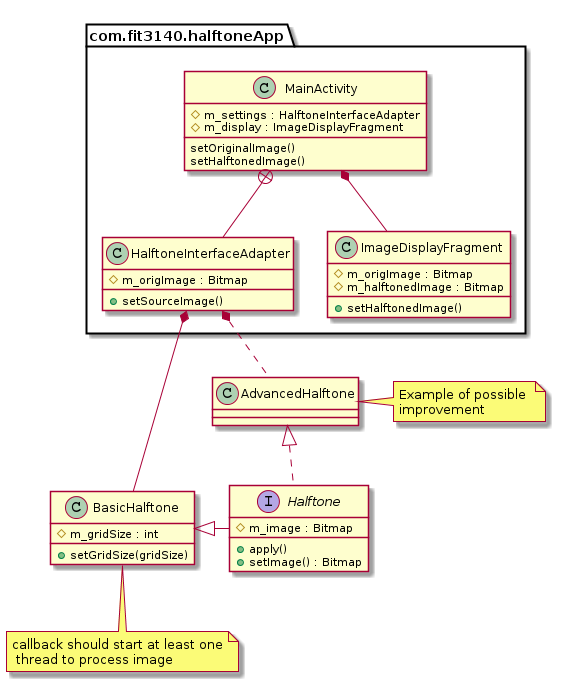
This is doc/main.png from jh247247/FIT3140-Application, a PlantUML export, as it was before one commit.
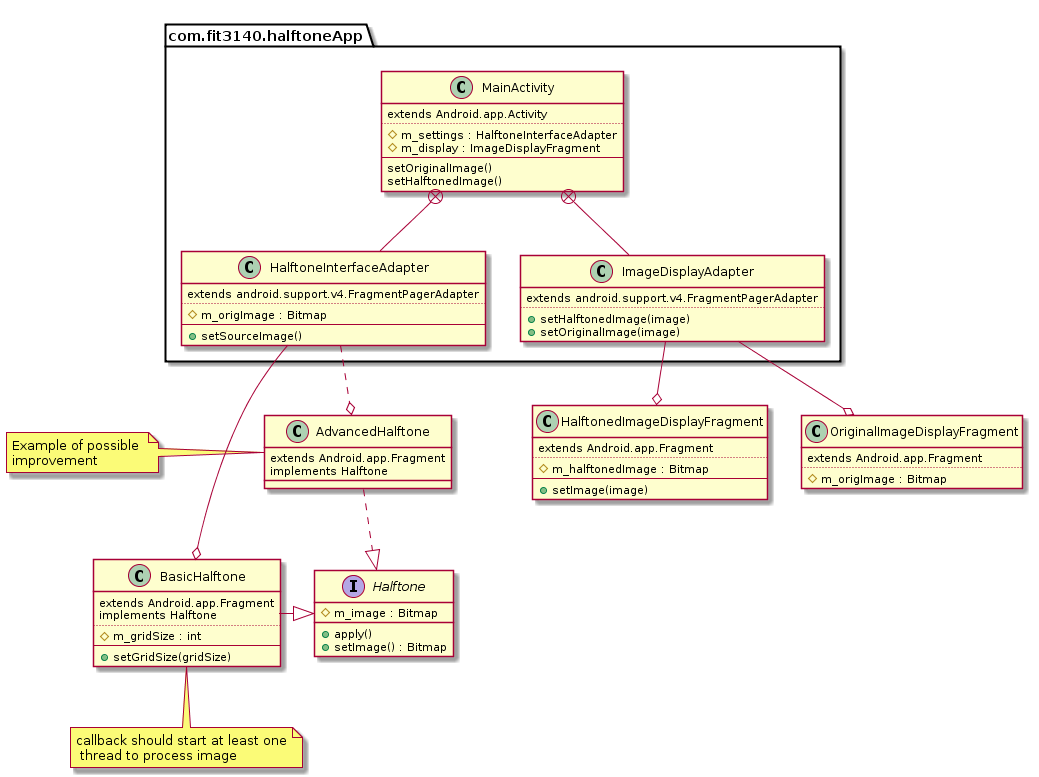
Later version of the same file.

Commit message:
Fixed up uml diagram to show inheritance as well as proper structure.

Change to the diagram source:
```diff
@@ -1,42 +1,72 @@
 @startuml
 package com.fit3140.halftoneApp {
 MainActivity +-- HalftoneInterfaceAdapter
-MainActivity *-- ImageDisplayFragment
+MainActivity +-- ImageDisplayAdapter
 
-class MainActivity {
+class MainActivity <extends android.app.Activity>{
+extends Android.app.Activity
+..
 #m_settings : HalftoneInterfaceAdapter
 #m_display : ImageDisplayFragment
+--
 setOriginalImage()
 setHalftonedImage()
 }
 
 class HalftoneInterfaceAdapter {
+extends android.support.v4.FragmentPagerAdapter
+..
 #m_origImage : Bitmap
+--
 +setSourceImage()
 }
 
-class ImageDisplayFragment {
-#m_origImage : Bitmap
-#m_halftonedImage : Bitmap
-+setHalftonedImage()
+class ImageDisplayAdapter {
+extends android.support.v4.FragmentPagerAdapter
+..
++setHalftonedImage(image)
++setOriginalImage(image)
 }
 
 }
-BasicHalftone <|- Halftone
-AdvancedHalftone <|.. Halftone
-HalftoneInterfaceAdapter *- BasicHalftone
-HalftoneInterfaceAdapter *.. AdvancedHalftone
+BasicHalftone -|> Halftone
+AdvancedHalftone ..|> Halftone
+HalftoneInterfaceAdapter -o BasicHalftone
+HalftoneInterfaceAdapter ..o AdvancedHalftone
+ImageDisplayAdapter --o OriginalImageDisplayFragment
+ImageDisplayAdapter --o HalftonedImageDisplayFragment
 
+class OriginalImageDisplayFragment {
+extends Android.app.Fragment
+..
+#m_origImage : Bitmap
+}
+
+class HalftonedImageDisplayFragment {
+extends Android.app.Fragment
+..
+#m_halftonedImage : Bitmap
+--
++setImage(image)
+}
 
 class BasicHalftone {
+extends Android.app.Fragment
+implements Halftone
+..
 #m_gridSize : int
+--
 +setGridSize(gridSize)
 }
 
+class AdvancedHalftone {
+extends Android.app.Fragment
+implements Halftone
+}
+
 note bottom of BasicHalftone: callback should start at least one\n thread to process image
-note right of AdvancedHalftone: Example of possible \nimprovement
+note left of AdvancedHalftone: Example of possible \nimprovement
 interface Halftone {
-
 #m_image : Bitmap
 +apply()
 +setImage() : Bitmap
```
